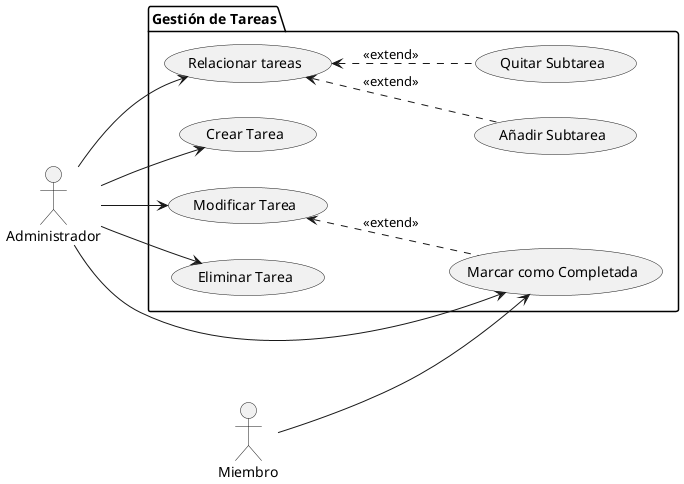
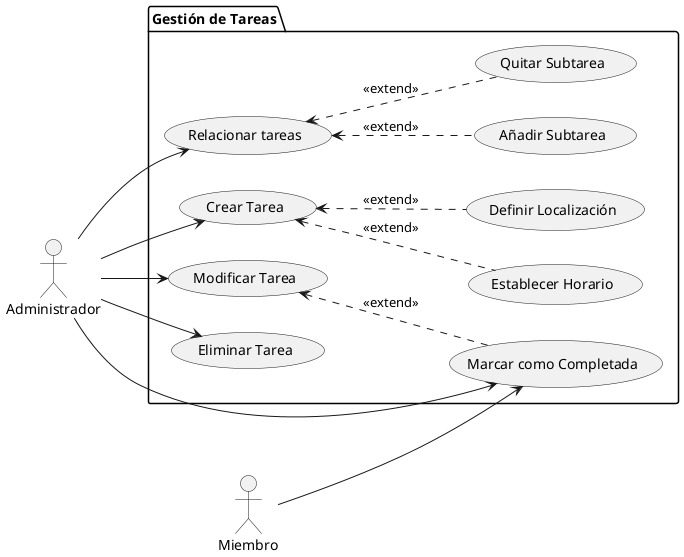
@startuml DiagramaGestionTareas
left to right direction
actor "Administrador" as Admin
actor "Miembro" as Miem

    package "Gestión de Tareas" {
        usecase "Relacionar tareas" as UC5
        usecase "Crear Tarea" as UC1
        usecase "Modificar Tarea" as UC2
        usecase "Eliminar Tarea" as UC3
        usecase "Marcar como Completada" as UC4
        usecase "Añadir Subtarea" as UC5a
        usecase "Quitar Subtarea" as UC5b
- 
+         usecase "Establecer Horario" as UC6
+         usecase "Definir Localización" as UC7
    }

    Admin --> UC1
    Admin--> UC2
    Admin--> UC3
    Admin --> UC4
    Miem --> UC4
    Admin--> UC5
    UC5 <.. UC5a : <<extend>>
    UC5 <.. UC5b : <<extend>>
    UC2 <.. UC4 : <<extend>>
+     UC1 <.. UC6 : <<extend>>
+     UC1 <.. UC7 : <<extend>>
@enduml